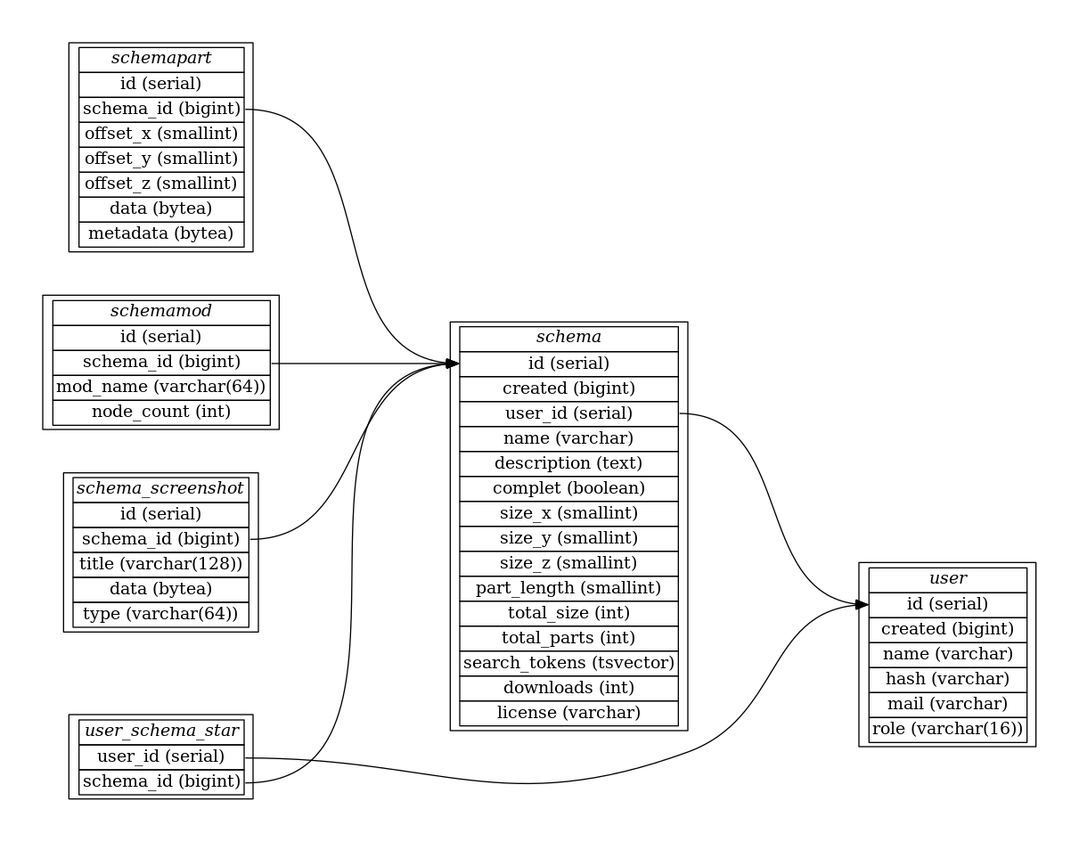
blockexchange/blockexchange_server keeps this Graphviz diagram as doc/database.png. Above is the earlier version. Its source is kept beside it as doc/database.dot.
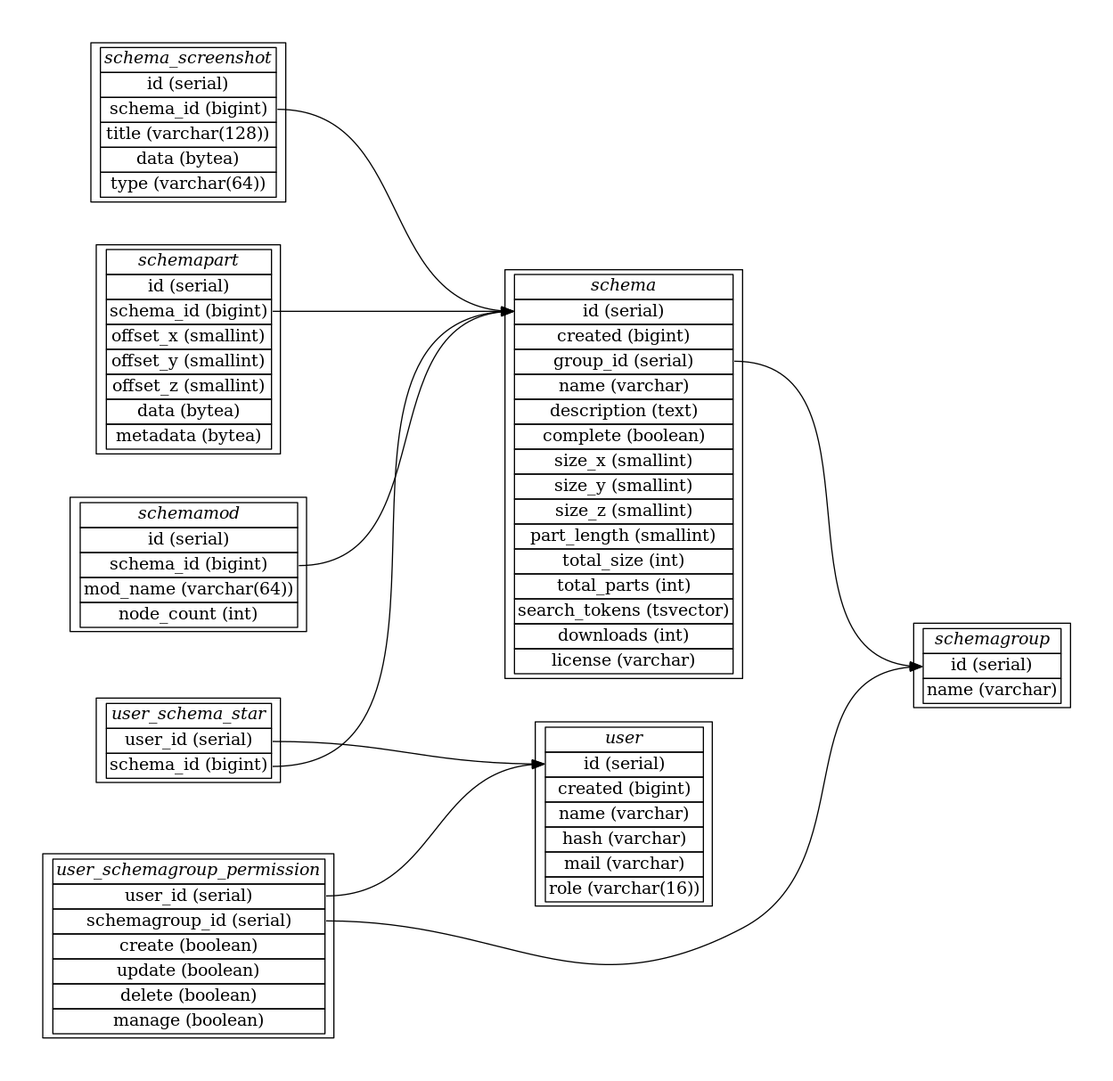
The same file after the commit.

Diff of the diagram source:
```diff
@@ -6,77 +6,103 @@
 user [label=<
 <table border="0" cellborder="1" cellspacing="0">
   <tr><td><i>user</i></td></tr>
-  <tr><td port="1">id (serial)</td></tr>
-  <tr><td port="2">created (bigint)</td></tr>
-  <tr><td port="3">name (varchar)</td></tr>
-  <tr><td port="4">hash (varchar)</td></tr>
-  <tr><td port="5">mail (varchar)</td></tr>
-  <tr><td port="5a">role (varchar(16))</td></tr>
+  <tr><td port="user_id">id (serial)</td></tr>
+  <tr><td>created (bigint)</td></tr>
+  <tr><td>name (varchar)</td></tr>
+  <tr><td>hash (varchar)</td></tr>
+  <tr><td>mail (varchar)</td></tr>
+  <tr><td>role (varchar(16))</td></tr>
 </table>>];
 
+schemagroup [label=<
+<table border="0" cellborder="1" cellspacing="0">
+  <tr><td><i>schemagroup</i></td></tr>
+  <tr><td port="schemagroup_id">id (serial)</td></tr>
+  <tr><td>name (varchar)</td></tr>
+</table>>];
+
+
+user_schemagroup_permission [label=<
+<table border="0" cellborder="1" cellspacing="0">
+  <tr><td><i>user_schemagroup_permission</i></td></tr>
+  <tr><td port="user_schemagroup_permission_user_id">user_id (serial)</td></tr>
+  <tr><td port="user_schemagroup_permission_schemagroup_id">schemagroup_id (serial)</td></tr>
+  <tr><td>create (boolean)</td></tr>
+  <tr><td>update (boolean)</td></tr>
+  <tr><td>delete (boolean)</td></tr>
+  <tr><td>manage (boolean)</td></tr>
+</table>>];
+
+user_schemagroup_permission:user_schemagroup_permission_user_id -> user:user_id;
+user_schemagroup_permission:user_schemagroup_permission_schemagroup_id -> schemagroup:schemagroup_id;
 
 schema [label=<
 <table border="0" cellborder="1" cellspacing="0">
   <tr><td><i>schema</i></td></tr>
-  <tr><td port="6">id (serial)</td></tr>
-  <tr><td port="7">created (bigint)</td></tr>
-  <tr><td port="8">user_id (serial)</td></tr>
-  <tr><td port="9">name (varchar)</td></tr>
-  <tr><td port="10">description (text)</td></tr>
-  <tr><td port="11">complet (boolean)</td></tr>
-  <tr><td port="12">size_x (smallint)</td></tr>
-  <tr><td port="13">size_y (smallint)</td></tr>
-  <tr><td port="14">size_z (smallint)</td></tr>
-  <tr><td port="15">part_length (smallint)</td></tr>
-  <tr><td port="16">total_size (int)</td></tr>
-  <tr><td port="17">total_parts (int)</td></tr>
-  <tr><td port="18">search_tokens (tsvector)</td></tr>
-  <tr><td port="19">downloads (int)</td></tr>
-  <tr><td port="20">license (varchar)</td></tr>
+  <tr><td port="schema_id">id (serial)</td></tr>
+  <tr><td>created (bigint)</td></tr>
+  <tr><td port="schema_group_id">group_id (serial)</td></tr>
+  <tr><td>name (varchar)</td></tr>
+  <tr><td>description (text)</td></tr>
+  <tr><td>complete (boolean)</td></tr>
+  <tr><td>size_x (smallint)</td></tr>
+  <tr><td>size_y (smallint)</td></tr>
+  <tr><td>size_z (smallint)</td></tr>
+  <tr><td>part_length (smallint)</td></tr>
+  <tr><td>total_size (int)</td></tr>
+  <tr><td>total_parts (int)</td></tr>
+  <tr><td>search_tokens (tsvector)</td></tr>
+  <tr><td>downloads (int)</td></tr>
+  <tr><td>license (varchar)</td></tr>
 </table>>];
+
+schema:schema_group_id -> schemagroup:schemagroup_id;
 
 schemapart [label=<
 <table border="0" cellborder="1" cellspacing="0">
   <tr><td><i>schemapart</i></td></tr>
-  <tr><td port="22">id (serial)</td></tr>
-  <tr><td port="23">schema_id (bigint)</td></tr>
-  <tr><td port="24">offset_x (smallint)</td></tr>
-  <tr><td port="25">offset_y (smallint)</td></tr>
-  <tr><td port="26">offset_z (smallint)</td></tr>
-  <tr><td port="27">data (bytea)</td></tr>
-  <tr><td port="28">metadata (bytea)</td></tr>
+  <tr><td>id (serial)</td></tr>
+  <tr><td port="schemapart_schema_id">schema_id (bigint)</td></tr>
+  <tr><td>offset_x (smallint)</td></tr>
+  <tr><td>offset_y (smallint)</td></tr>
+  <tr><td>offset_z (smallint)</td></tr>
+  <tr><td>data (bytea)</td></tr>
+  <tr><td>metadata (bytea)</td></tr>
 </table>>];
+
+schemapart:schemapart_schema_id -> schema:schema_id;
 
 schemamod [label=<
 <table border="0" cellborder="1" cellspacing="0">
   <tr><td><i>schemamod</i></td></tr>
-  <tr><td port="29">id (serial)</td></tr>
-  <tr><td port="30">schema_id (bigint)</td></tr>
-  <tr><td port="31">mod_name (varchar(64))</td></tr>
-  <tr><td port="32">node_count (int)</td></tr>
+  <tr><td>id (serial)</td></tr>
+  <tr><td port="schemamod_schema_id">schema_id (bigint)</td></tr>
+  <tr><td>mod_name (varchar(64))</td></tr>
+  <tr><td>node_count (int)</td></tr>
 </table>>];
+
+schemamod:schemamod_schema_id -> schema:schema_id;
 
 user_schema_star [label=<
 <table border="0" cellborder="1" cellspacing="0">
   <tr><td><i>user_schema_star</i></td></tr>
-  <tr><td port="33">user_id (serial)</td></tr>
-  <tr><td port="34">schema_id (bigint)</td></tr>
+  <tr><td port="user_schema_star_user_id">user_id (serial)</td></tr>
+  <tr><td port="user_schema_star_schema_id">schema_id (bigint)</td></tr>
 </table>>];
+
+user_schema_star:user_schema_star_user_id -> user:user_id;
+user_schema_star:user_schema_star_schema_id -> schema:schema_id;
 
 schema_screenshot [label=<
 <table border="0" cellborder="1" cellspacing="0">
   <tr><td><i>schema_screenshot</i></td></tr>
-  <tr><td port="35">id (serial)</td></tr>
-  <tr><td port="36">schema_id (bigint)</td></tr>
-  <tr><td port="37">title (varchar(128))</td></tr>
-  <tr><td port="38">data (bytea)</td></tr>
-  <tr><td port="39">type (varchar(64))</td></tr>
+  <tr><td>id (serial)</td></tr>
+  <tr><td port="schema_screenshot_schema_id">schema_id (bigint)</td></tr>
+  <tr><td>title (varchar(128))</td></tr>
+  <tr><td>data (bytea)</td></tr>
+  <tr><td>type (varchar(64))</td></tr>
 </table>>];
 
-schema:8 -> user:1;
-schemapart:23 -> schema:6;
-schemamod:30 -> schema:6;
-user_schema_star:33 -> user:1;
-user_schema_star:34 -> schema:6;
-schema_screenshot:36 -> schema:6;
+schema_screenshot:schema_screenshot_schema_id -> schema:schema_id;
+
 }
```
